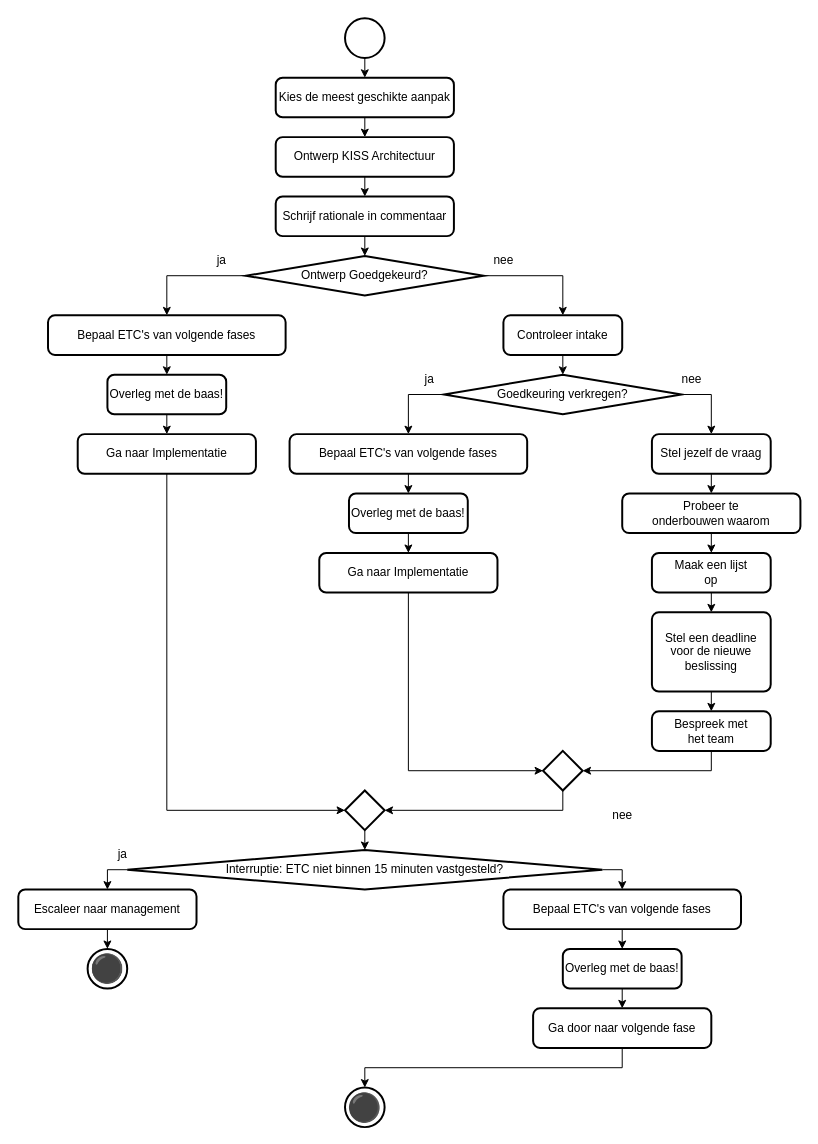
Before: 3 Issue Tracker ontwerp.drawio in Zaibatsu89/IssueTracker, a draw.io diagram. Source tidied: cells renumbered, new cells numbered last; positions are measured from the earlier drawing's top-left corner, leaving out a move shared by most shapes. Both pictures are drawn from the tidied source at 99%, with x=0, y=0 at pixel (18, 18).
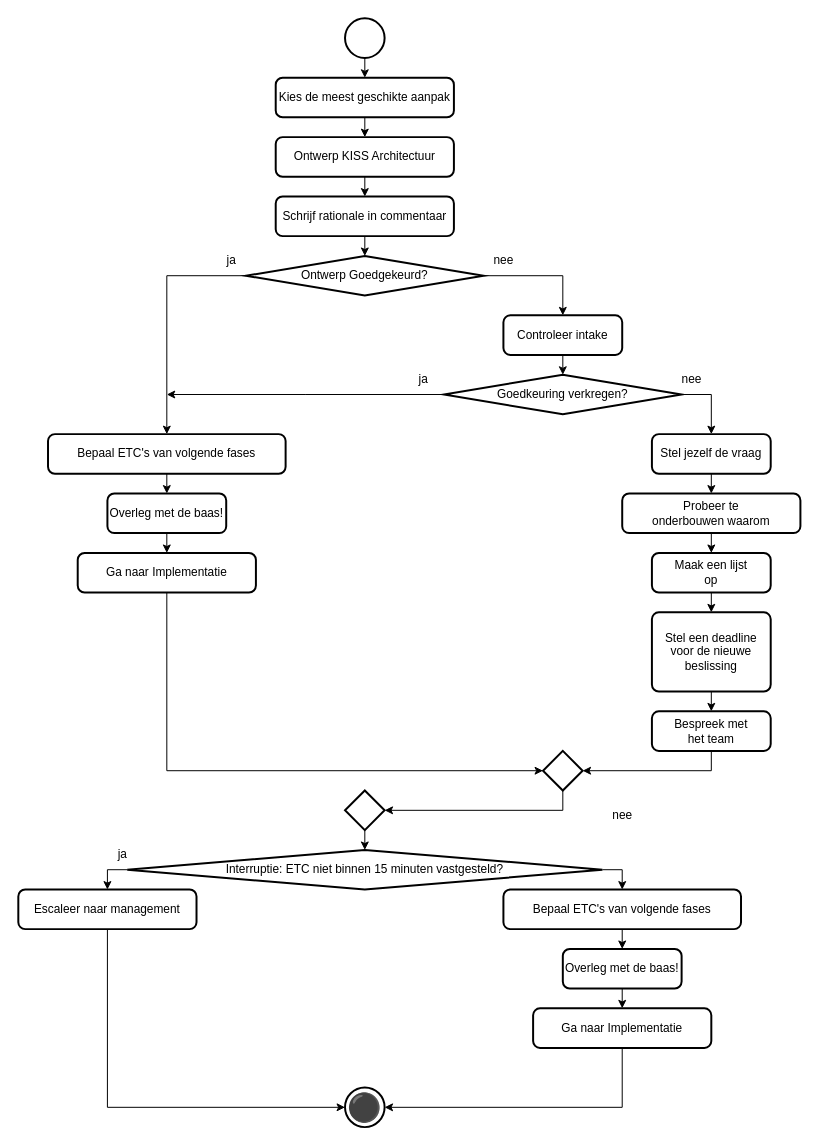
The same page after the edit.

Unchanged cells that the change refers to:
```xml
<mxCell id="11" value="Ontwerp Goedgekeurd?" style="strokeWidth=2;html=1;shape=mxgraph.flowchart.decision;whiteSpace=wrap;" parent="1" vertex="1">
  <mxGeometry x="230" y="240" width="240" height="40" as="geometry" />
</mxCell>
<mxCell id="19" value="Goedkeuring verkregen?" style="strokeWidth=2;html=1;shape=mxgraph.flowchart.decision;whiteSpace=wrap;" parent="1" vertex="1">
  <mxGeometry x="430" y="360" width="240" height="40" as="geometry" />
</mxCell>
<mxCell id="36" style="strokeWidth=2;html=1;shape=mxgraph.flowchart.decision;whiteSpace=wrap;" parent="1" vertex="1">
  <mxGeometry x="330" y="780" width="40" height="40" as="geometry" />
</mxCell>
<mxCell id="43" value="Escaleer naar management" style="rounded=1;whiteSpace=wrap;html=1;absoluteArcSize=1;arcSize=14;strokeWidth=2;" parent="1" vertex="1">
  <mxGeometry y="880" width="180" height="40" as="geometry" />
</mxCell>
<mxCell id="48" value="&lt;span&gt;⚫&lt;/span&gt;" style="strokeWidth=2;html=1;shape=mxgraph.flowchart.start_2;whiteSpace=wrap;fontSize=28;" parent="1" vertex="1">
  <mxGeometry x="330" y="1080" width="40" height="40" as="geometry" />
</mxCell>
```

Change to the diagram source:
```diff
@@
-    <mxCell id="10" style="edgeStyle=orthogonalEdgeStyle;rounded=0;jettySize=auto;html=1;exitX=0;exitY=0.5;exitDx=0;exitDy=0;exitPerimeter=0;" parent="1" edge="1" source="11" target="55">
-      <mxGeometry relative="1" as="geometry" />
-    </mxCell>
+    <mxCell id="63" style="edgeStyle=orthogonalEdgeStyle;rounded=0;jettySize=auto;html=1;exitX=0;exitY=0.5;exitDx=0;exitDy=0;exitPerimeter=0;entryX=0.5;entryY=0;entryDx=0;entryDy=0;" parent="1" edge="1" source="11" target="51">
+      <mxGeometry relative="1" as="geometry" />
+    </mxCell>
@@
-    <mxCell id="13" value="Ga naar Implementatie" style="rounded=1;whiteSpace=wrap;html=1;absoluteArcSize=1;arcSize=14;strokeWidth=2;" parent="1" vertex="1">
-      <mxGeometry x="60" y="420" width="180" height="40" as="geometry" />
-    </mxCell>
     <mxCell id="14" value="ja" style="text;html=1;align=center;verticalAlign=middle;strokeColor=none;fillColor=none;" parent="1" vertex="1">
-      <mxGeometry x="190" y="230" width="30" height="30" as="geometry" />
+      <mxGeometry x="200" y="230" width="30" height="30" as="geometry" />
     </mxCell>
@@
-    <mxCell id="18" style="edgeStyle=orthogonalEdgeStyle;rounded=0;jettySize=auto;html=1;exitX=0;exitY=0.5;exitDx=0;exitDy=0;exitPerimeter=0;entryX=0.5;entryY=0;entryDx=0;entryDy=0;" parent="1" edge="1" source="19" target="51">
-      <mxGeometry relative="1" as="geometry" />
-    </mxCell>
+    <mxCell id="64" style="edgeStyle=orthogonalEdgeStyle;rounded=0;jettySize=auto;html=1;exitX=0;exitY=0.5;exitDx=0;exitDy=0;exitPerimeter=0;" parent="1" edge="1" source="19">
+      <mxGeometry relative="1" as="geometry">
+        <mxPoint x="150" y="380" as="targetPoint" />
+      </mxGeometry>
+    </mxCell>
@@
     <mxCell id="21" value="Ga naar Implementatie" style="rounded=1;whiteSpace=wrap;html=1;absoluteArcSize=1;arcSize=14;strokeWidth=2;" parent="1" vertex="1">
-      <mxGeometry x="304" y="540" width="180" height="40" as="geometry" />
+      <mxGeometry x="60" y="540" width="180" height="40" as="geometry" />
     </mxCell>
     <mxCell id="22" value="ja" style="text;html=1;align=center;verticalAlign=middle;strokeColor=none;fillColor=none;" parent="1" vertex="1">
-      <mxGeometry x="400" y="350" width="30" height="30" as="geometry" />
+      <mxGeometry x="394" y="350" width="30" height="30" as="geometry" />
     </mxCell>
@@
-    <mxCell id="38" style="edgeStyle=orthogonalEdgeStyle;rounded=0;jettySize=auto;html=1;exitX=0.5;exitY=1;exitDx=0;exitDy=0;entryX=0;entryY=0.5;entryDx=0;entryDy=0;entryPerimeter=0;" parent="1" edge="1" source="13" target="36">
-      <mxGeometry relative="1" as="geometry" />
-    </mxCell>
@@
-    <mxCell id="45" value="&lt;span&gt;⚫&lt;/span&gt;" style="strokeWidth=2;html=1;shape=mxgraph.flowchart.start_2;whiteSpace=wrap;fontSize=28;" parent="1" vertex="1">
-      <mxGeometry x="70" y="940" width="40" height="40" as="geometry" />
-    </mxCell>
-    <mxCell id="46" style="edgeStyle=orthogonalEdgeStyle;rounded=0;jettySize=auto;html=1;exitX=0.5;exitY=1;exitDx=0;exitDy=0;entryX=0.5;entryY=0;entryDx=0;entryDy=0;entryPerimeter=0;" parent="1" edge="1" source="43" target="45">
-      <mxGeometry relative="1" as="geometry" />
-    </mxCell>
-    <mxCell id="47" value="Ga door naar volgende fase" style="rounded=1;whiteSpace=wrap;html=1;absoluteArcSize=1;arcSize=14;strokeWidth=2;" parent="1" vertex="1">
+    <mxCell id="47" value="Ga naar Implementatie" style="rounded=1;whiteSpace=wrap;html=1;absoluteArcSize=1;arcSize=14;strokeWidth=2;" parent="1" vertex="1">
       <mxGeometry x="520" y="1000" width="180" height="40" as="geometry" />
     </mxCell>
@@
-    <mxCell id="49" style="edgeStyle=orthogonalEdgeStyle;rounded=0;jettySize=auto;html=1;exitX=0.5;exitY=1;exitDx=0;exitDy=0;entryX=0.5;entryY=0;entryDx=0;entryDy=0;entryPerimeter=0;" parent="1" edge="1" source="47" target="48">
-      <mxGeometry relative="1" as="geometry" />
-    </mxCell>
@@
     <mxCell id="51" value="Bepaal ETC's van volgende fases" style="rounded=1;whiteSpace=wrap;html=1;absoluteArcSize=1;arcSize=14;strokeWidth=2;" parent="1" vertex="1">
-      <mxGeometry x="274" y="420" width="240" height="40" as="geometry" />
+      <mxGeometry x="30" y="420" width="240" height="40" as="geometry" />
     </mxCell>
@@
     <mxCell id="53" value="Overleg met de baas!" style="rounded=1;whiteSpace=wrap;html=1;absoluteArcSize=1;arcSize=14;strokeWidth=2;" parent="1" vertex="1">
-      <mxGeometry x="334" y="480" width="120" height="40" as="geometry" />
+      <mxGeometry x="90" y="480" width="120" height="40" as="geometry" />
     </mxCell>
-    <mxCell id="54" style="edgeStyle=orthogonalEdgeStyle;rounded=0;jettySize=auto;html=1;exitX=0.5;exitY=1;exitDx=0;exitDy=0;entryX=0.5;entryY=0;entryDx=0;entryDy=0;" parent="1" edge="1" source="55" target="57">
-      <mxGeometry relative="1" as="geometry" />
-    </mxCell>
-    <mxCell id="55" value="Bepaal ETC's van volgende fases" style="rounded=1;whiteSpace=wrap;html=1;absoluteArcSize=1;arcSize=14;strokeWidth=2;" parent="1" vertex="1">
-      <mxGeometry x="30" y="300" width="240" height="40" as="geometry" />
-    </mxCell>
-    <mxCell id="56" style="edgeStyle=orthogonalEdgeStyle;rounded=0;jettySize=auto;html=1;exitX=0.5;exitY=1;exitDx=0;exitDy=0;entryX=0.5;entryY=0;entryDx=0;entryDy=0;" parent="1" edge="1" source="57" target="13">
-      <mxGeometry relative="1" as="geometry" />
-    </mxCell>
-    <mxCell id="57" value="Overleg met de baas!" style="rounded=1;whiteSpace=wrap;html=1;absoluteArcSize=1;arcSize=14;strokeWidth=2;" parent="1" vertex="1">
-      <mxGeometry x="90" y="360" width="120" height="40" as="geometry" />
-    </mxCell>
@@
+    <mxCell id="49" style="edgeStyle=orthogonalEdgeStyle;rounded=0;jettySize=auto;html=1;exitX=0.5;exitY=1;exitDx=0;exitDy=0;entryX=1;entryY=0.5;entryDx=0;entryDy=0;entryPerimeter=0;" parent="1" edge="1" source="47" target="48">
+      <mxGeometry relative="1" as="geometry" />
+    </mxCell>
+    <mxCell id="65" style="edgeStyle=orthogonalEdgeStyle;rounded=0;jettySize=auto;html=1;exitX=0.5;exitY=1;exitDx=0;exitDy=0;entryX=0;entryY=0.5;entryDx=0;entryDy=0;entryPerimeter=0;" parent="1" edge="1" source="43" target="48">
+      <mxGeometry relative="1" as="geometry" />
+    </mxCell>
```
